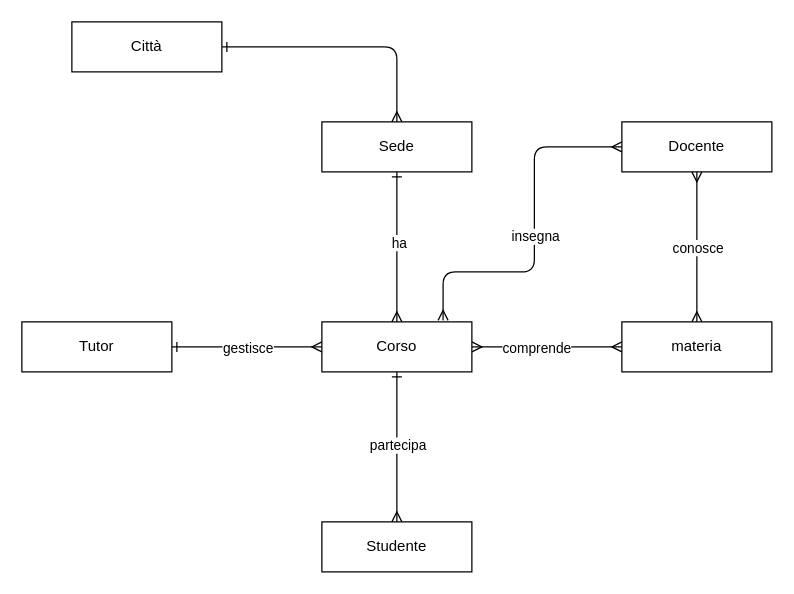
Above: Diagrammi/conceptualModel.dio in gyowyx96/ProgettoDatabaseAcademy (draw.io), before the change. Source tidied: cells renumbered, new cells numbered last; positions are measured from the earlier drawing's top-left corner, leaving out a move shared by most shapes. Both pictures are drawn from the tidied source at 125%, with x=0, y=0 at pixel (21, 21).
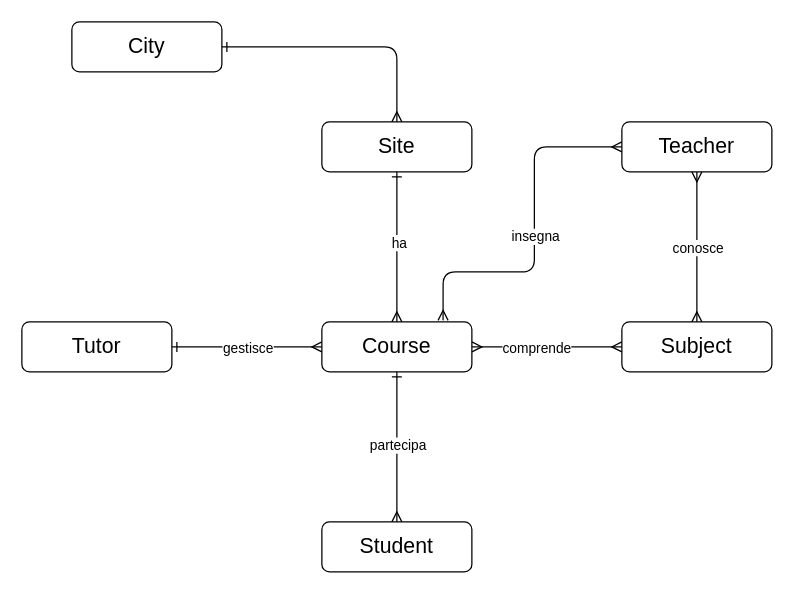
Above is the later version.

Commit message:
update coceptual model with english lenguage and rounded border

Change to the diagram source:
```diff
@@
-    <mxCell id="2" value="Studente" style="whiteSpace=wrap;html=1;align=center;" parent="1" vertex="1">
+    <mxCell id="2" value="Student" style="whiteSpace=wrap;html=1;align=center;rounded=1;fontSize=17;" parent="1" vertex="1">
       <mxGeometry x="240" y="400" width="120" height="40" as="geometry" />
     </mxCell>
-    <mxCell id="3" value="Corso" style="whiteSpace=wrap;html=1;align=center;" parent="1" vertex="1">
+    <mxCell id="3" value="Course" style="whiteSpace=wrap;html=1;align=center;rounded=1;fontSize=17;" parent="1" vertex="1">
       <mxGeometry x="240" y="240" width="120" height="40" as="geometry" />
     </mxCell>
-    <mxCell id="4" value="materia" style="whiteSpace=wrap;html=1;align=center;" parent="1" vertex="1">
+    <mxCell id="4" value="Subject" style="whiteSpace=wrap;html=1;align=center;rounded=1;fontSize=17;" parent="1" vertex="1">
       <mxGeometry x="480" y="240" width="120" height="40" as="geometry" />
     </mxCell>
-    <mxCell id="5" value="Tutor" style="whiteSpace=wrap;html=1;align=center;" parent="1" vertex="1">
+    <mxCell id="5" value="Tutor" style="whiteSpace=wrap;html=1;align=center;rounded=1;fontSize=17;" parent="1" vertex="1">
       <mxGeometry y="240" width="120" height="40" as="geometry" />
     </mxCell>
-    <mxCell id="6" value="Docente" style="whiteSpace=wrap;html=1;align=center;" parent="1" vertex="1">
+    <mxCell id="6" value="Teacher" style="whiteSpace=wrap;html=1;align=center;rounded=1;fontSize=17;" parent="1" vertex="1">
       <mxGeometry x="480" y="80" width="120" height="40" as="geometry" />
     </mxCell>
-    <mxCell id="7" value="Sede" style="whiteSpace=wrap;html=1;align=center;" parent="1" vertex="1">
+    <mxCell id="7" value="Site" style="whiteSpace=wrap;html=1;align=center;rounded=1;fontSize=17;" parent="1" vertex="1">
       <mxGeometry x="240" y="80" width="120" height="40" as="geometry" />
     </mxCell>
@@
-    <mxCell id="18" value="Città" style="whiteSpace=wrap;html=1;align=center;" parent="1" vertex="1">
+    <mxCell id="18" value="City" style="whiteSpace=wrap;html=1;align=center;rounded=1;fontSize=17;" parent="1" vertex="1">
       <mxGeometry x="40" width="120" height="40" as="geometry" />
     </mxCell>
```
